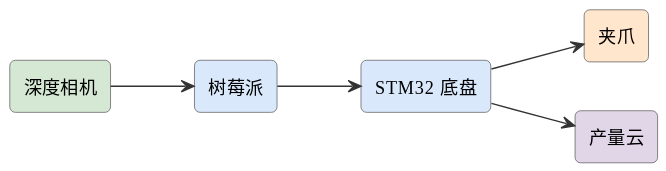
Before: assets/diagrams/ideas-fig97.svg, a diagram exported from PlantUML (mingyi0818/IntelligentMcuCourse).
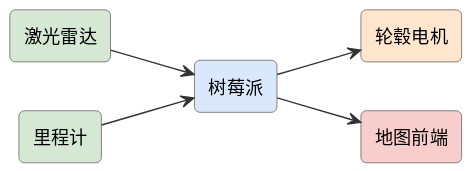
After the commit.

Change to the diagram source:
```diff
@@ -6,13 +6,13 @@
 skinparam arrowFontSize 11
 skinparam arrowColor #333
 left to right direction
-rectangle "深度相机" as cam #d5e8d4
-rectangle "树莓派" as pi #dae8fc
-rectangle "STM32 底盘" as stm #dae8fc
-rectangle "夹爪" as arm #ffe6cc
-rectangle "产量云" as cloud #e1d5e8
-cam --> pi
-pi --> stm
-stm --> arm
-stm --> cloud
+rectangle "激光雷达" as lidar #d5e8d4
+rectangle "里程计" as odo #d5e8d4
+rectangle "树莓派" as pc #dae8fc
+rectangle "轮毂电机" as motor #ffe6cc
+rectangle "地图前端" as map #f8cecc
+lidar --> pc
+odo --> pc
+pc --> motor
+pc --> map
 @enduml
```
